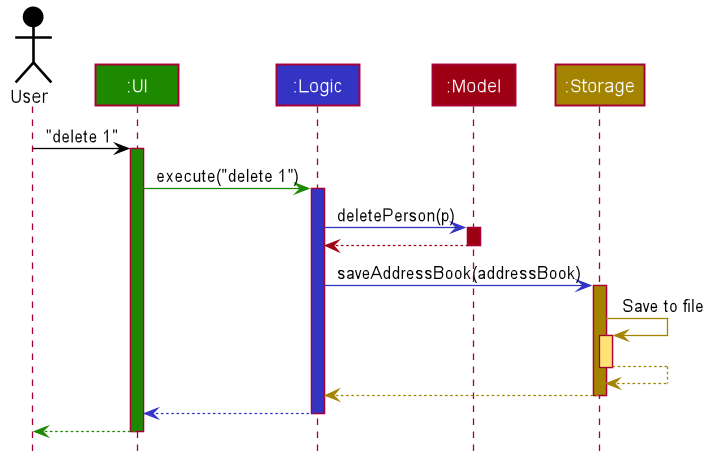
Earlier version of the PlantUML export docs/images/ArchitectureSequenceDiagram.png (nus-cs2103-AY2122S1/tp).
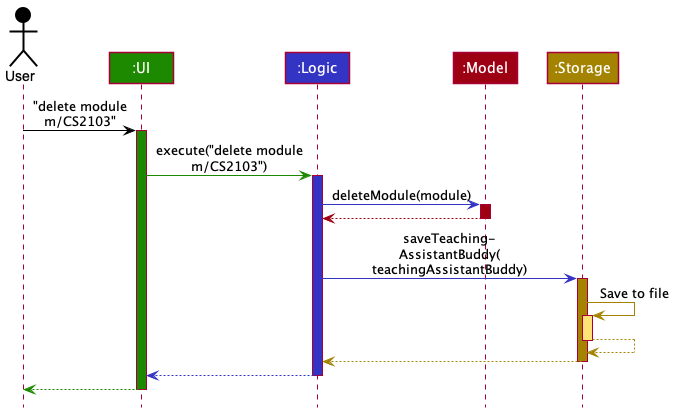
The same diagram one commit later.

What changed in the source:
```diff
@@ -1,85 +1,38 @@
 @startuml
+!include style.puml
 
+Actor User as user USER_COLOR
+Participant ":UI" as ui UI_COLOR
+Participant ":Logic" as logic LOGIC_COLOR
+Participant ":Model" as model MODEL_COLOR
+Participant ":Storage" as storage STORAGE_COLOR
 
+user -[USER_COLOR]> ui : "delete module\nm/CS2103"
+activate ui UI_COLOR
 
+ui -[UI_COLOR]> logic : execute("delete module\nm/CS2103")
+activate logic LOGIC_COLOR
 
+logic -[LOGIC_COLOR]> model : deleteModule(module)
+activate model MODEL_COLOR
 
-
-
-
-skinparam BackgroundColor #FFFFFFF
-
-skinparam Shadowing false
-
-skinparam Class {
-    FontColor #FFFFFF
-    BorderThickness 1
-    BorderColor #FFFFFF
-    StereotypeFontColor #FFFFFF
-    FontName Arial
-}
-
-skinparam Actor {
-    BorderColor #000000
-    Color #000000
-    FontName Arial
-}
-
-skinparam Sequence {
-    MessageAlign center
-    BoxFontSize 15
-    BoxPadding 0
-    BoxFontColor #FFFFFF
-    FontName Arial
-}
-
-skinparam Participant {
-    FontColor #FFFFFFF
-    Padding 20
-}
-
-skinparam MinClassWidth 50
-skinparam ParticipantPadding 10
-skinparam Shadowing false
-skinparam DefaultTextAlignment center
-skinparam packageStyle Rectangle
-
-hide footbox
-hide members
-hide circle
-
-Actor User as user #000000
-Participant ":UI" as ui #1D8900
-Participant ":Logic" as logic #3333C4
-Participant ":Model" as model #9D0012
-Participant ":Storage" as storage #A38300
-
-user -[#000000]> ui : "delete 1"
-activate ui #1D8900
-
-ui -[#1D8900]> logic : execute("delete 1")
-activate logic #3333C4
-
-logic -[#3333C4]> model : deletePerson(p)
-activate model #9D0012
-
-model -[#9D0012]-> logic
+model -[MODEL_COLOR]-> logic
 deactivate model
 
-logic -[#3333C4]> storage : saveAddressBook(addressBook)
-activate storage #A38300
+logic -[LOGIC_COLOR]> storage : saveTeaching-\nAssistantBuddy(\nteachingAssistantBuddy)
+activate storage STORAGE_COLOR
 
-storage -[#A38300]> storage : Save to file
-activate storage #FFE374
-storage --[#A38300]> storage
+storage -[STORAGE_COLOR]> storage : Save to file
+activate storage STORAGE_COLOR_T1
+storage --[STORAGE_COLOR]> storage
 deactivate storage
 
-storage --[#A38300]> logic
+storage --[STORAGE_COLOR]> logic
 deactivate storage
 
-logic --[#3333C4]> ui
+logic --[LOGIC_COLOR]> ui
 deactivate logic
 
-ui--[#1D8900]> user
+ui--[UI_COLOR]> user
 deactivate ui
 @enduml
```
